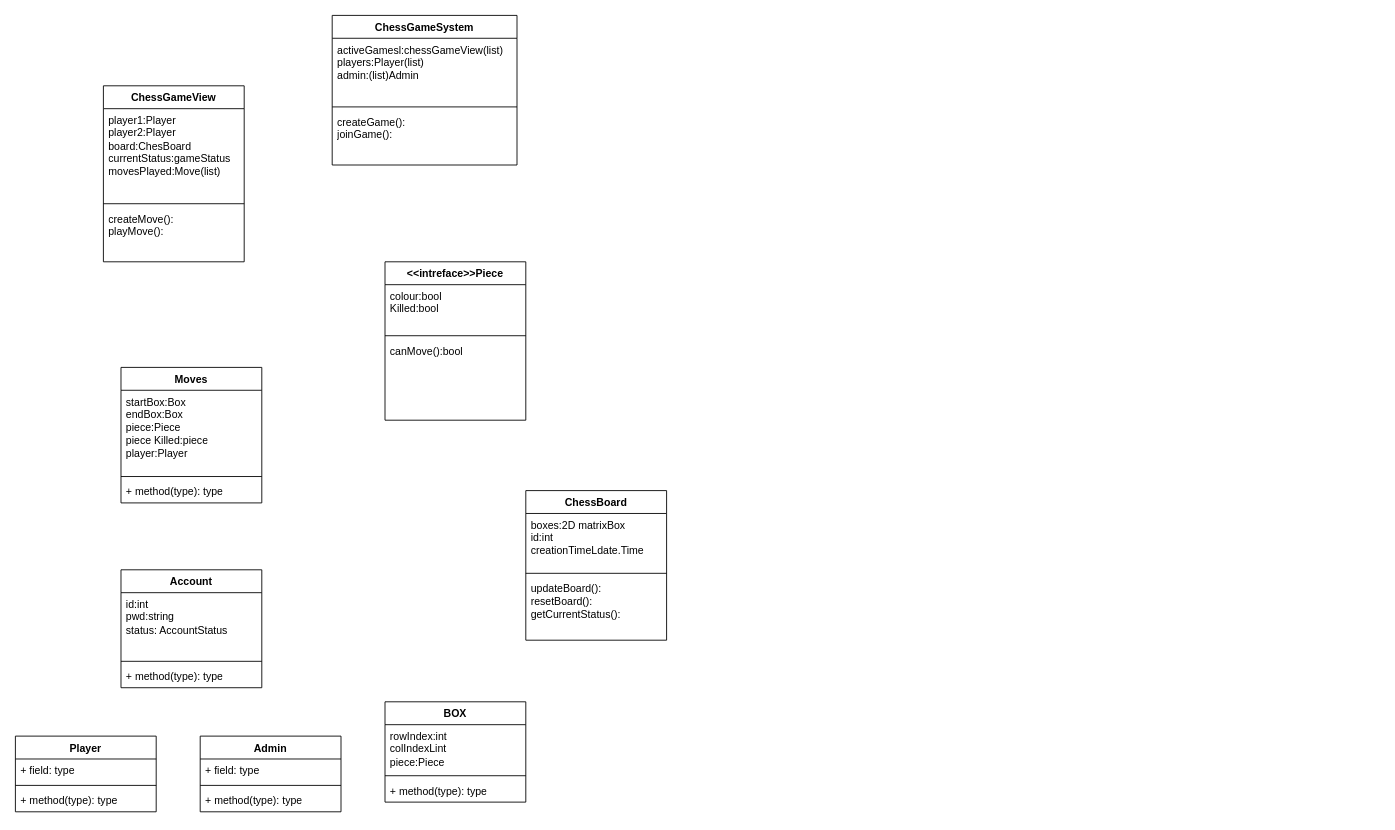
Before: problem7_LLD.drawio in Sumitsingh74/draw.io, a draw.io diagram. Source tidied: cells renumbered, new cells numbered last; positions are measured from the earlier drawing's top-left corner, leaving out a move shared by most shapes. Both pictures are drawn from the tidied source at 88%, with x=0, y=0 at pixel (15, 15).
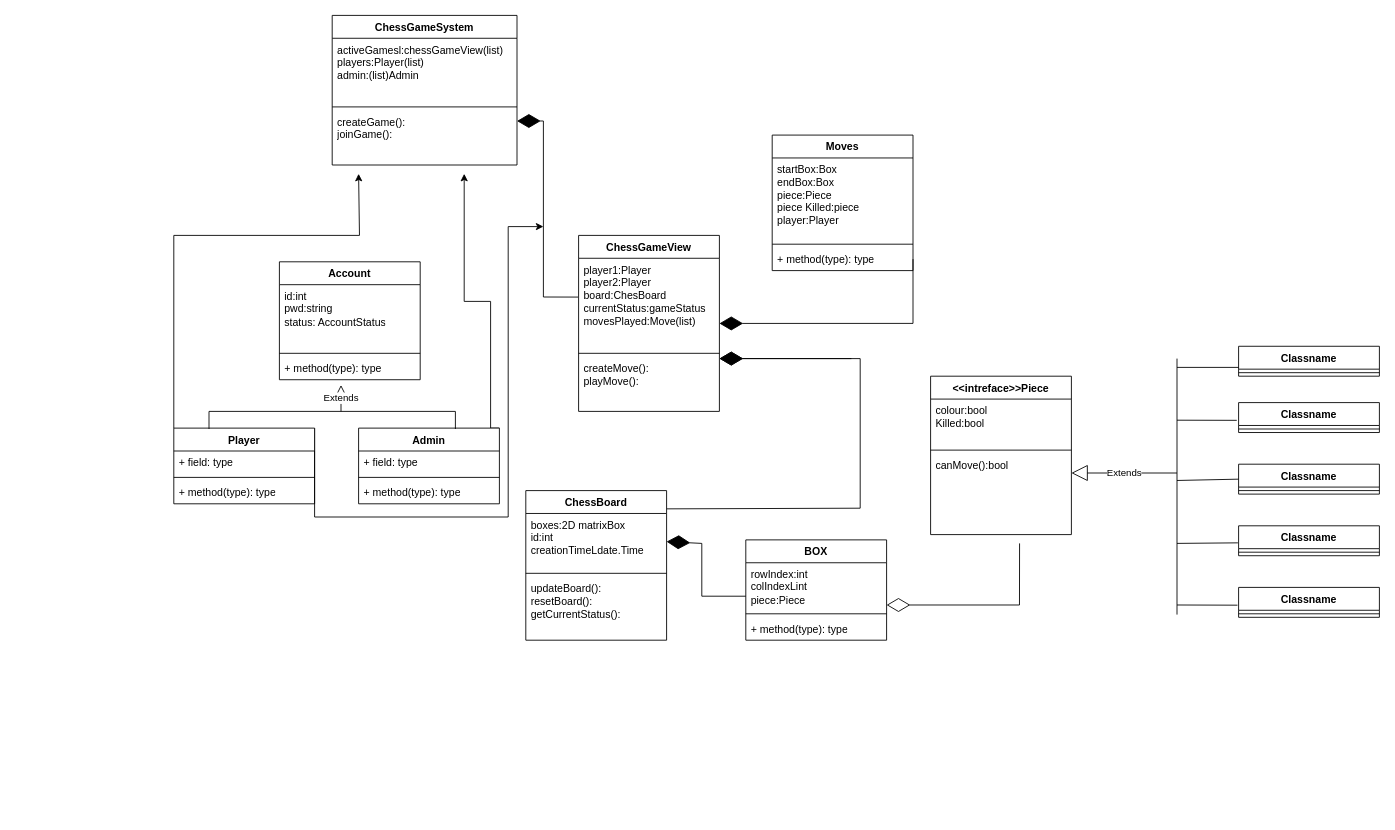
After the change.

Unchanged cells that the change refers to:
```xml
<mxCell id="3" value="rowIndex:int&lt;div&gt;colIndexLint&lt;/div&gt;&lt;div&gt;piece:Piece&lt;/div&gt;" style="text;strokeColor=none;fillColor=none;align=left;verticalAlign=top;spacingLeft=4;spacingRight=4;overflow=hidden;points=[[0,0.5],[1,0.5]];portConstraint=eastwest;whiteSpace=wrap;html=1;" parent="2" vertex="1">
  <mxGeometry y="26" width="160" height="54" as="geometry" />
</mxCell>
<mxCell id="10" value="ChessBoard" style="swimlane;fontStyle=1;align=center;verticalAlign=top;horizontal=1;startSize=26;whiteSpace=wrap;html=1;" parent="1" vertex="1">
  <mxGeometry x="580" y="540" width="160" height="170" as="geometry" />
</mxCell>
<mxCell id="11" value="boxes:2D matrixBox&lt;div&gt;id:int&lt;/div&gt;&lt;div&gt;creationTimeLdate.Time&lt;/div&gt;" style="text;strokeColor=none;fillColor=none;align=left;verticalAlign=top;spacingLeft=4;spacingRight=4;overflow=hidden;points=[[0,0.5],[1,0.5]];portConstraint=eastwest;whiteSpace=wrap;html=1;" parent="10" vertex="1">
  <mxGeometry y="26" width="160" height="64" as="geometry" />
</mxCell>
<mxCell id="17" value="+ method(type): type" style="text;strokeColor=none;fillColor=none;align=left;verticalAlign=top;spacingLeft=4;spacingRight=4;overflow=hidden;points=[[0,0.5],[1,0.5]];portConstraint=eastwest;whiteSpace=wrap;html=1;" parent="14" vertex="1">
  <mxGeometry y="128" width="160" height="26" as="geometry" />
</mxCell>
<mxCell id="31" value="player1:Player&lt;div&gt;player2:Player&lt;/div&gt;&lt;div&gt;board:ChesBoard&lt;/div&gt;&lt;div&gt;currentStatus:gameStatus&lt;/div&gt;&lt;div&gt;movesPlayed:Move(list)&lt;/div&gt;" style="text;strokeColor=none;fillColor=none;align=left;verticalAlign=top;spacingLeft=4;spacingRight=4;overflow=hidden;points=[[0,0.5],[1,0.5]];portConstraint=eastwest;whiteSpace=wrap;html=1;" parent="30" vertex="1">
  <mxGeometry y="26" width="160" height="104" as="geometry" />
</mxCell>
<mxCell id="33" value="&lt;div&gt;createMove():&lt;/div&gt;playMove():" style="text;strokeColor=none;fillColor=none;align=left;verticalAlign=top;spacingLeft=4;spacingRight=4;overflow=hidden;points=[[0,0.5],[1,0.5]];portConstraint=eastwest;whiteSpace=wrap;html=1;" parent="30" vertex="1">
  <mxGeometry y="138" width="160" height="62" as="geometry" />
</mxCell>
<mxCell id="37" value="createGame():&lt;div&gt;joinGame():&lt;/div&gt;" style="text;strokeColor=none;fillColor=none;align=left;verticalAlign=top;spacingLeft=4;spacingRight=4;overflow=hidden;points=[[0,0.5],[1,0.5]];portConstraint=eastwest;whiteSpace=wrap;html=1;" parent="34" vertex="1">
  <mxGeometry y="108" width="210" height="62" as="geometry" />
</mxCell>
```

What changed in the source:
```diff
@@
     <mxCell id="2" value="BOX" style="swimlane;fontStyle=1;align=center;verticalAlign=top;horizontal=1;startSize=26;whiteSpace=wrap;html=1;" parent="1" vertex="1">
-      <mxGeometry x="420" y="780" width="160" height="114" as="geometry" />
+      <mxGeometry x="830" y="596" width="160" height="114" as="geometry" />
     </mxCell>
@@
+    <mxCell id="38" style="endArrow=diamondThin;endFill=0;endSize=24;html=1;rounded=0;entryX=1;entryY=0.889;entryDx=0;entryDy=0;entryPerimeter=0;" parent="2" edge="1" target="3">
+      <mxGeometry relative="1" as="geometry">
+        <mxPoint x="311.1" y="4" as="sourcePoint" />
+        <Array as="points">
+          <mxPoint x="311" y="74" />
+        </Array>
+      </mxGeometry>
+    </mxCell>
@@
-    <mxCell id="6" value="&amp;lt;&amp;lt;intreface&amp;gt;&amp;gt;Piece" style="swimlane;fontStyle=1;align=center;verticalAlign=top;horizontal=1;startSize=26;whiteSpace=wrap;html=1;" parent="1" vertex="1">
-      <mxGeometry x="420" y="280" width="160" height="180" as="geometry" />
-    </mxCell>
-    <mxCell id="7" value="colour:bool&lt;div&gt;Killed:bool&lt;/div&gt;&lt;div&gt;&lt;br&gt;&lt;/div&gt;" style="text;strokeColor=none;fillColor=none;align=left;verticalAlign=top;spacingLeft=4;spacingRight=4;overflow=hidden;whiteSpace=wrap;html=1;" parent="6" vertex="1">
-      <mxGeometry y="26" width="160" height="54" as="geometry" />
-    </mxCell>
-    <mxCell id="8" style="line;strokeWidth=1;fillColor=none;align=left;verticalAlign=middle;spacingTop=-1;spacingLeft=3;spacingRight=3;labelPosition=right;strokeColor=inherit;" parent="6" vertex="1">
-      <mxGeometry y="80" width="160" height="8" as="geometry" />
-    </mxCell>
-    <mxCell id="9" value="canMove():bool&lt;div&gt;&lt;br&gt;&lt;/div&gt;" style="text;strokeColor=none;fillColor=none;align=left;verticalAlign=top;spacingLeft=4;spacingRight=4;overflow=hidden;whiteSpace=wrap;html=1;" parent="6" vertex="1">
-      <mxGeometry y="88" width="160" height="92" as="geometry" />
-    </mxCell>
@@
     <mxCell id="14" value="Moves" style="swimlane;fontStyle=1;align=center;verticalAlign=top;horizontal=1;startSize=26;whiteSpace=wrap;html=1;" parent="1" vertex="1">
-      <mxGeometry x="120" y="400" width="160" height="154" as="geometry" />
+      <mxGeometry x="860" y="136" width="160" height="154" as="geometry" />
     </mxCell>
@@
-    <mxCell id="18" value="Account" style="swimlane;fontStyle=1;align=center;verticalAlign=top;horizontal=1;startSize=26;whiteSpace=wrap;html=1;" parent="1" vertex="1">
-      <mxGeometry x="120" y="630" width="160" height="134" as="geometry" />
-    </mxCell>
-    <mxCell id="19" value="id:int&lt;div&gt;pwd:string&lt;/div&gt;&lt;div&gt;status: AccountStatus&lt;/div&gt;" style="text;strokeColor=none;fillColor=none;align=left;verticalAlign=top;spacingLeft=4;spacingRight=4;overflow=hidden;whiteSpace=wrap;html=1;" parent="18" vertex="1">
-      <mxGeometry y="26" width="160" height="74" as="geometry" />
-    </mxCell>
-    <mxCell id="20" style="line;strokeWidth=1;fillColor=none;align=left;verticalAlign=middle;spacingTop=-1;spacingLeft=3;spacingRight=3;labelPosition=right;strokeColor=inherit;" parent="18" vertex="1">
-      <mxGeometry y="100" width="160" height="8" as="geometry" />
-    </mxCell>
-    <mxCell id="21" value="+ method(type): type" style="text;strokeColor=none;fillColor=none;align=left;verticalAlign=top;spacingLeft=4;spacingRight=4;overflow=hidden;whiteSpace=wrap;html=1;" parent="18" vertex="1">
-      <mxGeometry y="108" width="160" height="26" as="geometry" />
-    </mxCell>
-    <mxCell id="22" value="Player" style="swimlane;fontStyle=1;align=center;verticalAlign=top;horizontal=1;startSize=26;whiteSpace=wrap;html=1;" parent="1" vertex="1">
-      <mxGeometry y="819" width="160" height="86" as="geometry" />
-    </mxCell>
-    <mxCell id="23" value="+ field: type" style="text;strokeColor=none;fillColor=none;align=left;verticalAlign=top;spacingLeft=4;spacingRight=4;overflow=hidden;whiteSpace=wrap;html=1;" parent="22" vertex="1">
-      <mxGeometry y="26" width="160" height="26" as="geometry" />
-    </mxCell>
-    <mxCell id="24" style="line;strokeWidth=1;fillColor=none;align=left;verticalAlign=middle;spacingTop=-1;spacingLeft=3;spacingRight=3;labelPosition=right;strokeColor=inherit;" parent="22" vertex="1">
-      <mxGeometry y="52" width="160" height="8" as="geometry" />
-    </mxCell>
-    <mxCell id="25" value="+ method(type): type" style="text;strokeColor=none;fillColor=none;align=left;verticalAlign=top;spacingLeft=4;spacingRight=4;overflow=hidden;whiteSpace=wrap;html=1;" parent="22" vertex="1">
-      <mxGeometry y="60" width="160" height="26" as="geometry" />
-    </mxCell>
-    <mxCell id="26" value="Admin" style="swimlane;fontStyle=1;align=center;verticalAlign=top;horizontal=1;startSize=26;whiteSpace=wrap;html=1;" parent="1" vertex="1">
-      <mxGeometry x="210" y="819" width="160" height="86" as="geometry" />
-    </mxCell>
-    <mxCell id="27" value="+ field: type" style="text;strokeColor=none;fillColor=none;align=left;verticalAlign=top;spacingLeft=4;spacingRight=4;overflow=hidden;whiteSpace=wrap;html=1;" parent="26" vertex="1">
-      <mxGeometry y="26" width="160" height="26" as="geometry" />
-    </mxCell>
-    <mxCell id="28" style="line;strokeWidth=1;fillColor=none;align=left;verticalAlign=middle;spacingTop=-1;spacingLeft=3;spacingRight=3;labelPosition=right;strokeColor=inherit;" parent="26" vertex="1">
-      <mxGeometry y="52" width="160" height="8" as="geometry" />
-    </mxCell>
-    <mxCell id="29" value="+ method(type): type" style="text;strokeColor=none;fillColor=none;align=left;verticalAlign=top;spacingLeft=4;spacingRight=4;overflow=hidden;whiteSpace=wrap;html=1;" parent="26" vertex="1">
-      <mxGeometry y="60" width="160" height="26" as="geometry" />
-    </mxCell>
     <mxCell id="30" value="ChessGameView" style="swimlane;fontStyle=1;align=center;verticalAlign=top;horizontal=1;startSize=26;whiteSpace=wrap;html=1;" parent="1" vertex="1">
-      <mxGeometry x="100" y="80" width="160" height="200" as="geometry" />
+      <mxGeometry x="640" y="250" width="160" height="200" as="geometry" />
     </mxCell>
@@
+    <mxCell id="39" style="endArrow=diamondThin;endFill=1;endSize=24;html=1;rounded=0;" parent="30" edge="1">
+      <mxGeometry relative="1" as="geometry">
+        <mxPoint x="310" y="140" as="sourcePoint" />
+        <mxPoint x="160" y="140" as="targetPoint" />
+      </mxGeometry>
+    </mxCell>
@@
+    <mxCell id="40" style="endArrow=diamondThin;endFill=1;endSize=24;html=1;rounded=0;entryX=1;entryY=0.5;entryDx=0;entryDy=0;exitX=0;exitY=0.704;exitDx=0;exitDy=0;exitPerimeter=0;" parent="1" edge="1" source="3" target="11">
+      <mxGeometry relative="1" as="geometry">
+        <Array as="points">
+          <mxPoint x="780" y="660" />
+          <mxPoint x="780" y="600" />
+        </Array>
+      </mxGeometry>
+    </mxCell>
+    <mxCell id="41" style="endArrow=diamondThin;endFill=0;endSize=24;html=1;rounded=0;exitX=1.001;exitY=0.122;exitDx=0;exitDy=0;exitPerimeter=0;entryX=1;entryY=0.032;entryDx=0;entryDy=0;entryPerimeter=0;" parent="1" edge="1" source="10" target="33">
+      <mxGeometry relative="1" as="geometry">
+        <Array as="points">
+          <mxPoint x="960" y="560" />
+          <mxPoint x="960" y="390" />
+        </Array>
+      </mxGeometry>
+    </mxCell>
+    <mxCell id="42" style="endArrow=diamondThin;endFill=1;endSize=24;html=1;rounded=0;exitX=-0.004;exitY=0.424;exitDx=0;exitDy=0;exitPerimeter=0;entryX=1;entryY=0.194;entryDx=0;entryDy=0;entryPerimeter=0;" parent="1" edge="1" source="31" target="37">
+      <mxGeometry relative="1" as="geometry">
+        <Array as="points">
+          <mxPoint x="600" y="320" />
+          <mxPoint x="600" y="120" />
+        </Array>
+      </mxGeometry>
+    </mxCell>
+    <mxCell id="43" style="endArrow=diamondThin;endFill=1;endSize=24;html=1;rounded=0;exitX=1;exitY=0.5;exitDx=0;exitDy=0;entryX=1;entryY=0.712;entryDx=0;entryDy=0;entryPerimeter=0;" parent="1" edge="1" source="17" target="31">
+      <mxGeometry relative="1" as="geometry">
+        <Array as="points">
+          <mxPoint x="1020" y="350" />
+        </Array>
+      </mxGeometry>
+    </mxCell>
+    <mxCell id="6" value="&amp;lt;&amp;lt;intreface&amp;gt;&amp;gt;Piece" style="swimlane;fontStyle=1;align=center;verticalAlign=top;horizontal=1;startSize=26;whiteSpace=wrap;html=1;" parent="1" vertex="1">
+      <mxGeometry x="1040" y="410" width="160" height="180" as="geometry" />
+    </mxCell>
+    <mxCell id="7" value="colour:bool&lt;div&gt;Killed:bool&lt;/div&gt;&lt;div&gt;&lt;br&gt;&lt;/div&gt;" style="text;strokeColor=none;fillColor=none;align=left;verticalAlign=top;spacingLeft=4;spacingRight=4;overflow=hidden;whiteSpace=wrap;html=1;" parent="6" vertex="1">
+      <mxGeometry y="26" width="160" height="54" as="geometry" />
+    </mxCell>
+    <mxCell id="8" style="line;strokeWidth=1;fillColor=none;align=left;verticalAlign=middle;spacingTop=-1;spacingLeft=3;spacingRight=3;labelPosition=right;strokeColor=inherit;" parent="6" vertex="1">
+      <mxGeometry y="80" width="160" height="8" as="geometry" />
+    </mxCell>
+    <mxCell id="9" value="canMove():bool&lt;div&gt;&lt;br&gt;&lt;/div&gt;" style="text;strokeColor=none;fillColor=none;align=left;verticalAlign=top;spacingLeft=4;spacingRight=4;overflow=hidden;whiteSpace=wrap;html=1;" parent="6" vertex="1">
+      <mxGeometry y="88" width="160" height="92" as="geometry" />
+    </mxCell>
+    <mxCell id="18" value="Account" style="swimlane;fontStyle=1;align=center;verticalAlign=top;horizontal=1;startSize=26;whiteSpace=wrap;html=1;" parent="1" vertex="1">
+      <mxGeometry x="300" y="280" width="160" height="134" as="geometry" />
+    </mxCell>
+    <mxCell id="19" value="id:int&lt;div&gt;pwd:string&lt;/div&gt;&lt;div&gt;status: AccountStatus&lt;/div&gt;" style="text;strokeColor=none;fillColor=none;align=left;verticalAlign=top;spacingLeft=4;spacingRight=4;overflow=hidden;whiteSpace=wrap;html=1;" parent="18" vertex="1">
+      <mxGeometry y="26" width="160" height="74" as="geometry" />
+    </mxCell>
+    <mxCell id="20" style="line;strokeWidth=1;fillColor=none;align=left;verticalAlign=middle;spacingTop=-1;spacingLeft=3;spacingRight=3;labelPosition=right;strokeColor=inherit;" parent="18" vertex="1">
+      <mxGeometry y="100" width="160" height="8" as="geometry" />
+    </mxCell>
+    <mxCell id="21" value="+ method(type): type" style="text;strokeColor=none;fillColor=none;align=left;verticalAlign=top;spacingLeft=4;spacingRight=4;overflow=hidden;whiteSpace=wrap;html=1;" parent="18" vertex="1">
+      <mxGeometry y="108" width="160" height="26" as="geometry" />
+    </mxCell>
+    <mxCell id="44" style="edgeStyle=orthogonalEdgeStyle;rounded=0;jettySize=auto;html=1;exitX=0;exitY=0;exitDx=0;exitDy=0;" parent="1" edge="1" source="22">
+      <mxGeometry relative="1" as="geometry">
+        <mxPoint x="390" y="180" as="targetPoint" />
+        <Array as="points">
+          <mxPoint x="180" y="250" />
+          <mxPoint x="391" y="250" />
+        </Array>
+      </mxGeometry>
+    </mxCell>
+    <mxCell id="45" style="edgeStyle=orthogonalEdgeStyle;rounded=0;jettySize=auto;html=1;exitX=1;exitY=0;exitDx=0;exitDy=0;" parent="1" edge="1" source="22">
+      <mxGeometry relative="1" as="geometry">
+        <mxPoint x="600" y="240" as="targetPoint" />
+        <Array as="points">
+          <mxPoint x="340" y="570" />
+          <mxPoint x="560" y="570" />
+          <mxPoint x="560" y="240" />
+        </Array>
+      </mxGeometry>
+    </mxCell>
+    <mxCell id="22" value="Player" style="swimlane;fontStyle=1;align=center;verticalAlign=top;horizontal=1;startSize=26;whiteSpace=wrap;html=1;" parent="1" vertex="1">
+      <mxGeometry x="180" y="469" width="160" height="86" as="geometry" />
+    </mxCell>
+    <mxCell id="46" value="+ field: type" style="text;strokeColor=none;fillColor=none;align=left;verticalAlign=top;spacingLeft=4;spacingRight=4;overflow=hidden;whiteSpace=wrap;html=1;" parent="22" vertex="1">
+      <mxGeometry y="26" width="160" height="26" as="geometry" />
+    </mxCell>
+    <mxCell id="47" style="line;strokeWidth=1;fillColor=none;align=left;verticalAlign=middle;spacingTop=-1;spacingLeft=3;spacingRight=3;labelPosition=right;strokeColor=inherit;" parent="22" vertex="1">
+      <mxGeometry y="52" width="160" height="8" as="geometry" />
+    </mxCell>
+    <mxCell id="48" value="+ method(type): type" style="text;strokeColor=none;fillColor=none;align=left;verticalAlign=top;spacingLeft=4;spacingRight=4;overflow=hidden;whiteSpace=wrap;html=1;" parent="22" vertex="1">
+      <mxGeometry y="60" width="160" height="26" as="geometry" />
+    </mxCell>
+    <mxCell id="49" style="edgeStyle=orthogonalEdgeStyle;rounded=0;jettySize=auto;html=1;exitX=1;exitY=0;exitDx=0;exitDy=0;" parent="1" edge="1" source="26">
+      <mxGeometry relative="1" as="geometry">
+        <mxPoint x="510" y="180" as="targetPoint" />
+        <Array as="points">
+          <mxPoint x="540" y="469" />
+          <mxPoint x="540" y="325" />
+          <mxPoint x="510" y="325" />
+        </Array>
+      </mxGeometry>
+    </mxCell>
+    <mxCell id="26" value="Admin" style="swimlane;fontStyle=1;align=center;verticalAlign=top;horizontal=1;startSize=26;whiteSpace=wrap;html=1;" parent="1" vertex="1">
+      <mxGeometry x="390" y="469" width="160" height="86" as="geometry" />
+    </mxCell>
+    <mxCell id="50" value="+ field: type" style="text;strokeColor=none;fillColor=none;align=left;verticalAlign=top;spacingLeft=4;spacingRight=4;overflow=hidden;whiteSpace=wrap;html=1;" parent="26" vertex="1">
+      <mxGeometry y="26" width="160" height="26" as="geometry" />
+    </mxCell>
+    <mxCell id="51" style="line;strokeWidth=1;fillColor=none;align=left;verticalAlign=middle;spacingTop=-1;spacingLeft=3;spacingRight=3;labelPosition=right;strokeColor=inherit;" parent="26" vertex="1">
+      <mxGeometry y="52" width="160" height="8" as="geometry" />
+    </mxCell>
+    <mxCell id="52" value="+ method(type): type" style="text;strokeColor=none;fillColor=none;align=left;verticalAlign=top;spacingLeft=4;spacingRight=4;overflow=hidden;whiteSpace=wrap;html=1;" parent="26" vertex="1">
+      <mxGeometry y="60" width="160" height="26" as="geometry" />
+    </mxCell>
+    <mxCell id="53" value="Extends" style="endArrow=block;endSize=16;endFill=0;html=1;rounded=0;" parent="1" edge="1">
+      <mxGeometry relative="1" as="geometry">
+        <mxPoint x="370" y="450" as="sourcePoint" />
+        <mxPoint x="370" y="420" as="targetPoint" />
+      </mxGeometry>
+    </mxCell>
+    <mxCell id="54" style="endArrow=none;html=1;rounded=0;" parent="1" edge="1">
+      <mxGeometry relative="1" as="geometry">
+        <mxPoint x="220" y="450" as="sourcePoint" />
+        <mxPoint x="500" y="450" as="targetPoint" />
+      </mxGeometry>
+    </mxCell>
+    <mxCell id="55" style="endArrow=none;html=1;rounded=0;" parent="1" edge="1">
+      <mxGeometry relative="1" as="geometry">
+        <mxPoint x="220" y="470" as="sourcePoint" />
+        <mxPoint x="220" y="450" as="targetPoint" />
+      </mxGeometry>
+    </mxCell>
+    <mxCell id="56" style="endArrow=none;html=1;rounded=0;" parent="1" edge="1">
+      <mxGeometry relative="1" as="geometry">
+        <mxPoint x="500" y="470" as="sourcePoint" />
+        <mxPoint x="500" y="450" as="targetPoint" />
+      </mxGeometry>
+    </mxCell>
+    <mxCell id="57" value="Extends" style="endArrow=block;endSize=16;endFill=0;html=1;rounded=0;" parent="1" edge="1">
+      <mxGeometry relative="1" as="geometry">
+        <mxPoint x="1320" y="520" as="sourcePoint" />
+        <mxPoint x="1200" y="520" as="targetPoint" />
+      </mxGeometry>
+    </mxCell>
+    <mxCell id="58" style="endArrow=none;html=1;rounded=0;" parent="1" edge="1">
+      <mxGeometry relative="1" as="geometry">
+        <mxPoint x="1320" y="680.9" as="sourcePoint" />
+        <mxPoint x="1320" y="390" as="targetPoint" />
+      </mxGeometry>
+    </mxCell>
+    <mxCell id="59" value="Classname" style="swimlane;fontStyle=1;align=center;verticalAlign=top;horizontal=1;startSize=26;whiteSpace=wrap;html=1;" parent="1" vertex="1">
+      <mxGeometry x="1390" y="376" width="160" height="34" as="geometry" />
+    </mxCell>
+    <mxCell id="60" style="line;strokeWidth=1;fillColor=none;align=left;verticalAlign=middle;spacingTop=-1;spacingLeft=3;spacingRight=3;labelPosition=right;strokeColor=inherit;" parent="59" vertex="1">
+      <mxGeometry y="26" width="160" height="8" as="geometry" />
+    </mxCell>
+    <mxCell id="61" value="Classname" style="swimlane;fontStyle=1;align=center;verticalAlign=top;horizontal=1;startSize=26;whiteSpace=wrap;html=1;" parent="1" vertex="1">
+      <mxGeometry x="1390" y="440" width="160" height="34" as="geometry" />
+    </mxCell>
+    <mxCell id="62" style="line;strokeWidth=1;fillColor=none;align=left;verticalAlign=middle;spacingTop=-1;spacingLeft=3;spacingRight=3;labelPosition=right;strokeColor=inherit;" parent="61" vertex="1">
+      <mxGeometry y="26" width="160" height="8" as="geometry" />
+    </mxCell>
+    <mxCell id="63" value="Classname" style="swimlane;fontStyle=1;align=center;verticalAlign=top;horizontal=1;startSize=26;whiteSpace=wrap;html=1;" parent="1" vertex="1">
+      <mxGeometry x="1390" y="510" width="160" height="34" as="geometry" />
+    </mxCell>
+    <mxCell id="64" style="line;strokeWidth=1;fillColor=none;align=left;verticalAlign=middle;spacingTop=-1;spacingLeft=3;spacingRight=3;labelPosition=right;strokeColor=inherit;" parent="63" vertex="1">
+      <mxGeometry y="26" width="160" height="8" as="geometry" />
+    </mxCell>
+    <mxCell id="65" value="Classname" style="swimlane;fontStyle=1;align=center;verticalAlign=top;horizontal=1;startSize=26;whiteSpace=wrap;html=1;" parent="1" vertex="1">
+      <mxGeometry x="1390" y="580" width="160" height="34" as="geometry" />
+    </mxCell>
+    <mxCell id="66" style="line;strokeWidth=1;fillColor=none;align=left;verticalAlign=middle;spacingTop=-1;spacingLeft=3;spacingRight=3;labelPosition=right;strokeColor=inherit;" parent="65" vertex="1">
+      <mxGeometry y="26" width="160" height="8" as="geometry" />
+    </mxCell>
+    <mxCell id="67" value="Classname" style="swimlane;fontStyle=1;align=center;verticalAlign=top;horizontal=1;startSize=26;whiteSpace=wrap;html=1;" parent="1" vertex="1">
+      <mxGeometry x="1390" y="650" width="160" height="34" as="geometry" />
+    </mxCell>
+    <mxCell id="68" style="line;strokeWidth=1;fillColor=none;align=left;verticalAlign=middle;spacingTop=-1;spacingLeft=3;spacingRight=3;labelPosition=right;strokeColor=inherit;" parent="67" vertex="1">
+      <mxGeometry y="26" width="160" height="8" as="geometry" />
+    </mxCell>
+    <mxCell id="69" style="endArrow=none;html=1;rounded=0;" parent="1" edge="1">
+      <mxGeometry relative="1" as="geometry">
+        <mxPoint x="1320" y="400" as="sourcePoint" />
+        <mxPoint x="1390" y="400" as="targetPoint" />
+      </mxGeometry>
+    </mxCell>
+    <mxCell id="70" style="endArrow=none;html=1;rounded=0;entryX=-0.013;entryY=0.593;entryDx=0;entryDy=0;entryPerimeter=0;" parent="1" edge="1" target="61">
+      <mxGeometry relative="1" as="geometry">
+        <mxPoint x="1320" y="460" as="sourcePoint" />
+      </mxGeometry>
+    </mxCell>
+    <mxCell id="71" style="endArrow=none;html=1;rounded=0;entryX=0;entryY=0.5;entryDx=0;entryDy=0;" parent="1" edge="1" target="63">
+      <mxGeometry relative="1" as="geometry">
+        <mxPoint x="1320" y="528.5" as="sourcePoint" />
+      </mxGeometry>
+    </mxCell>
+    <mxCell id="72" style="endArrow=none;html=1;rounded=0;entryX=-0.005;entryY=0.57;entryDx=0;entryDy=0;entryPerimeter=0;" parent="1" edge="1" target="65">
+      <mxGeometry relative="1" as="geometry">
+        <mxPoint x="1320" y="600" as="sourcePoint" />
+      </mxGeometry>
+    </mxCell>
+    <mxCell id="73" style="endArrow=none;html=1;rounded=0;entryX=-0.008;entryY=0.594;entryDx=0;entryDy=0;entryPerimeter=0;" parent="1" edge="1" target="67">
+      <mxGeometry relative="1" as="geometry">
+        <mxPoint x="1320" y="670" as="sourcePoint" />
+      </mxGeometry>
+    </mxCell>
```
